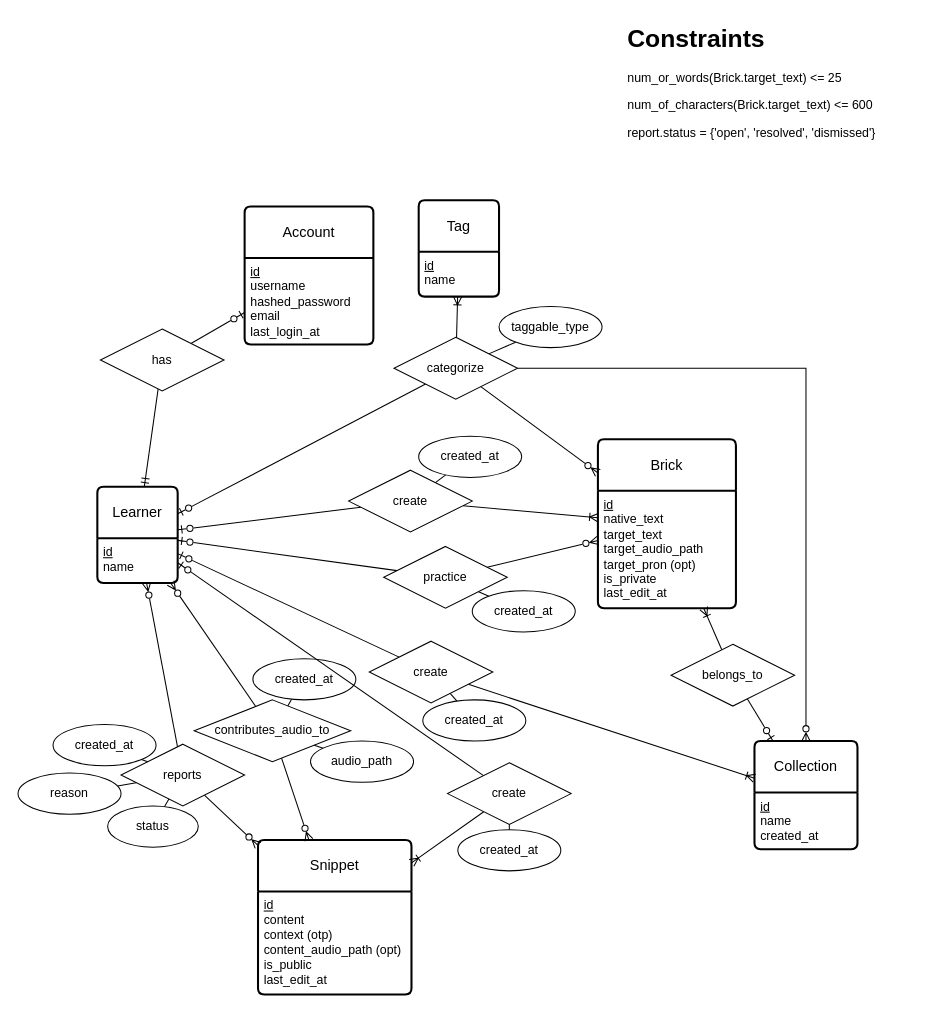
hellophucnguyenhoang/lisenare keeps this draw.io diagram as apigw/database_design/erd_lisenare.drawio. Above is the earlier version. Source tidied: cells renumbered, new cells numbered last; positions are measured from the earlier drawing's top-left corner, leaving out a move shared by most shapes. Both pictures are drawn from the tidied source at 103%, with x=0, y=0 at pixel (18, 18).
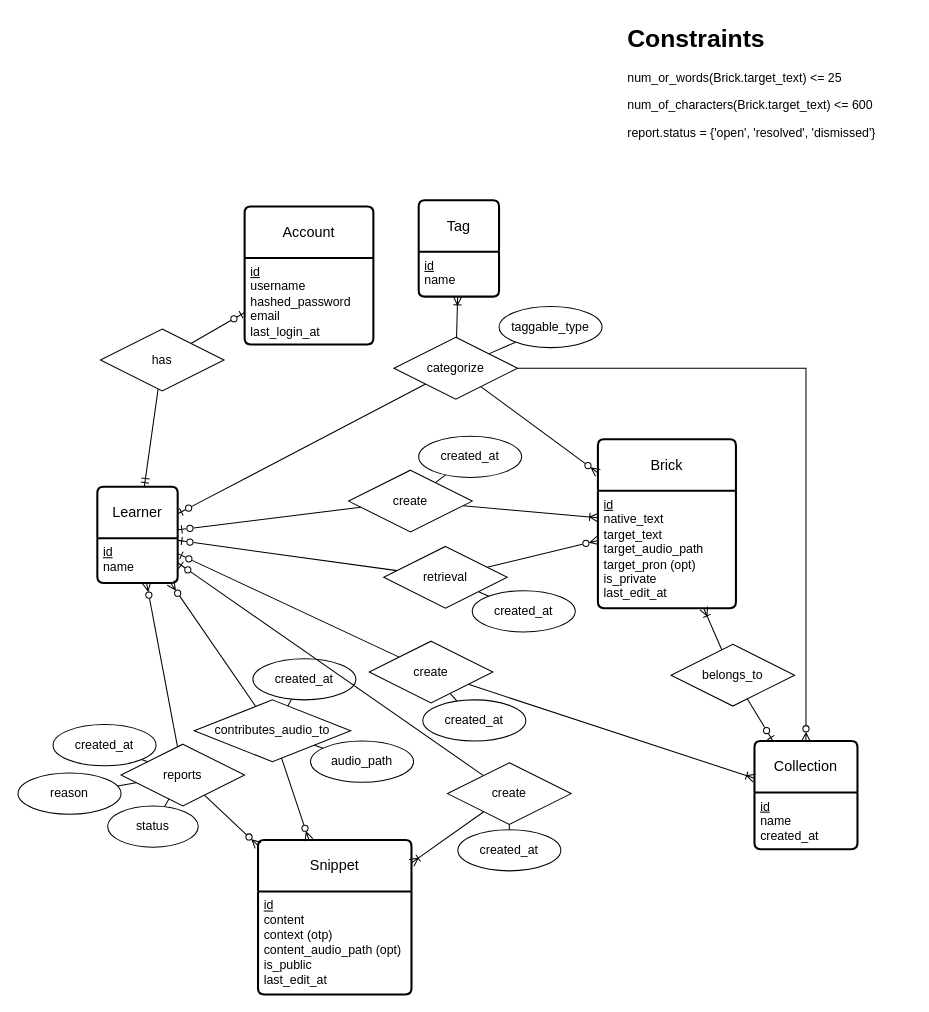
The same diagram, later.

What changed in the source:
```diff
@@
-    <mxCell id="57" value="practice" style="shape=rhombus;perimeter=rhombusPerimeter;whiteSpace=wrap;html=1;align=center;" parent="1" vertex="1">
+    <mxCell id="57" value="retrieval" style="shape=rhombus;perimeter=rhombusPerimeter;whiteSpace=wrap;html=1;align=center;" parent="1" vertex="1">
       <mxGeometry x="355" y="513" width="120" height="60" as="geometry" />
     </mxCell>
```
